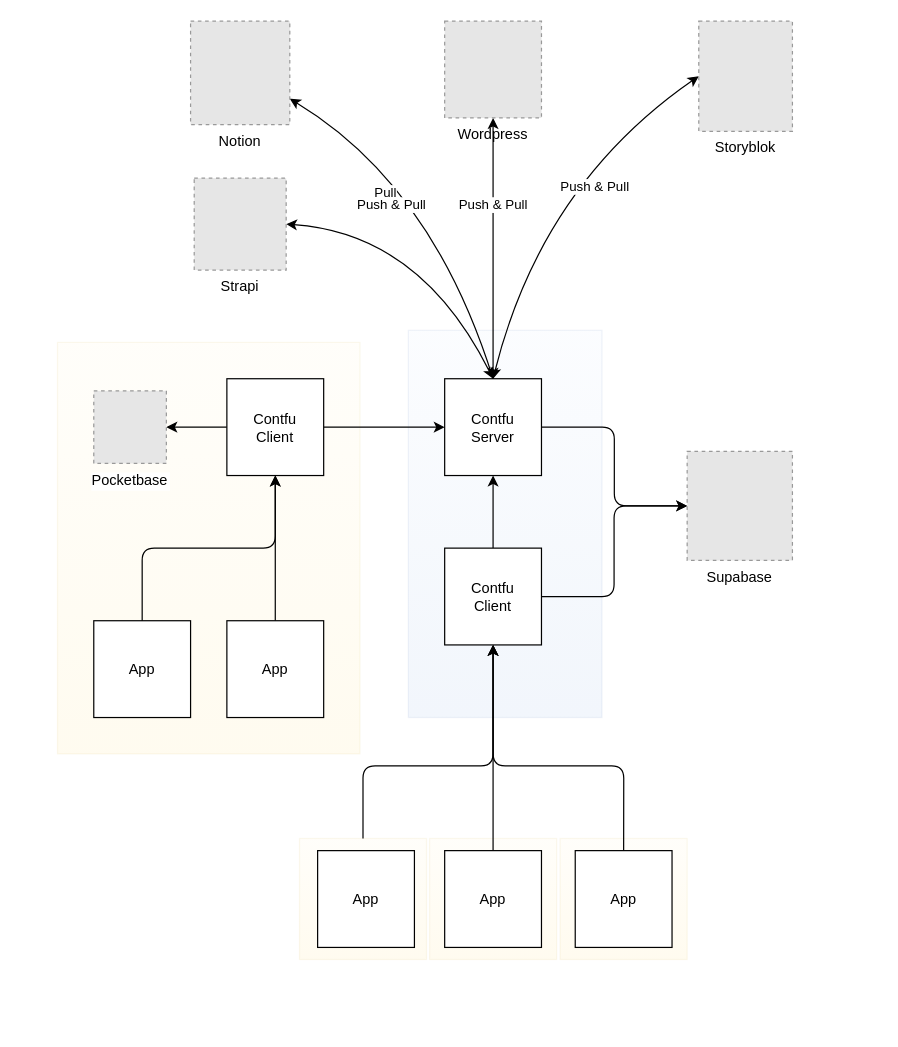
Earlier version of the draw.io diagram docs/contfu-topology.drawio (contfu/contfu). Source tidied: cells renumbered, new cells numbered last; positions are measured from the earlier drawing's top-left corner, leaving out a move shared by most shapes. Both pictures are drawn from the tidied source at 121%, with x=0, y=0 at pixel (57, 21). Pictures stored in the file or linked from it are replaced by grey dashed boxes.
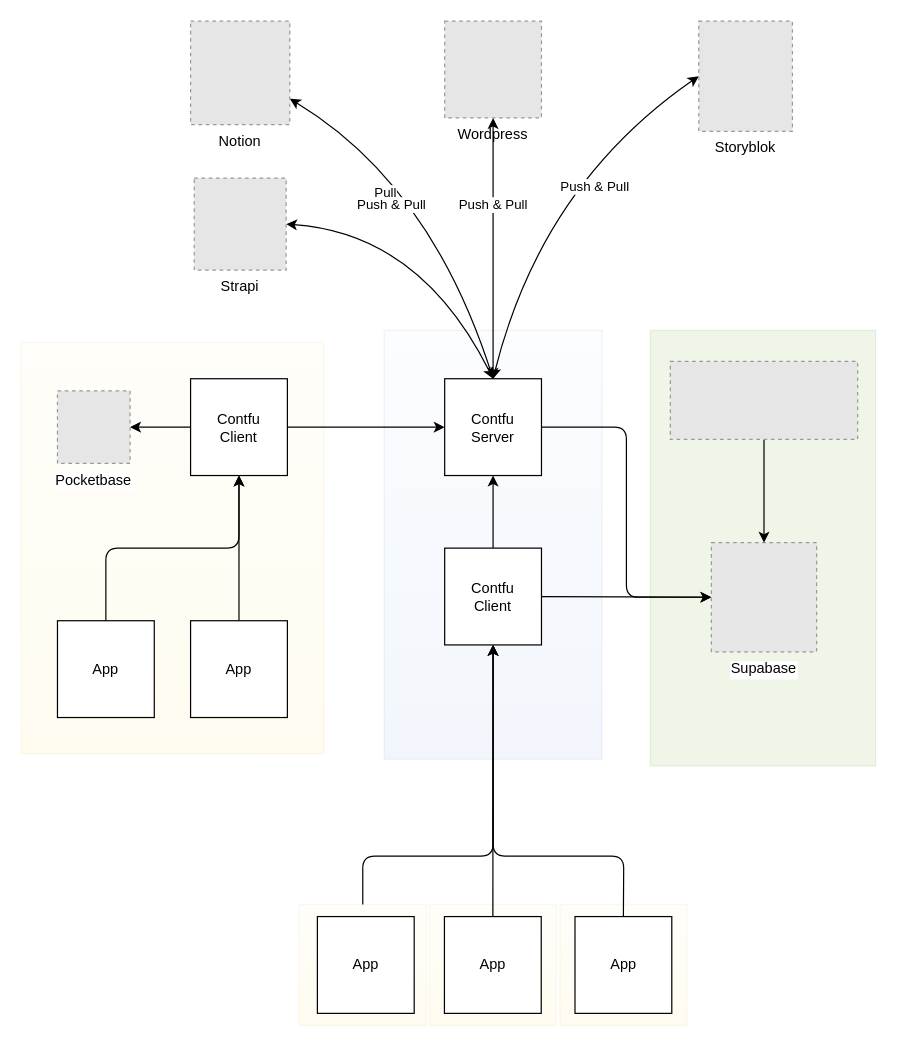
The same page after the edit.

Commit message:
Introduce stripe to docs

Unchanged cells that the change refers to:
```xml
<mxCell id="11" value="&lt;div&gt;Contfu&lt;/div&gt;Client" style="whiteSpace=wrap;html=1;" parent="1" vertex="1">
  <mxGeometry x="320" y="435.5" width="80" height="80" as="geometry" />
</mxCell>
```

What changed in the source:
```diff
@@
+    <mxCell id="35" style="rounded=0;whiteSpace=wrap;html=1;fillColor=#60a917;strokeColor=#2D7600;opacity=10;fontColor=#ffffff;" parent="1" vertex="1">
+      <mxGeometry x="490" y="255.5" width="186.1" height="360" as="geometry" />
+    </mxCell>
     <mxCell id="2" style="rounded=0;whiteSpace=wrap;html=1;fillColor=#fff2cc;gradientColor=#ffd966;strokeColor=#d6b656;opacity=10;" parent="1" vertex="1">
-      <mxGeometry x="200" y="675.5" width="105" height="100" as="geometry" />
+      <mxGeometry x="199.8" y="730" width="105" height="100" as="geometry" />
     </mxCell>
     <mxCell id="3" style="rounded=0;whiteSpace=wrap;html=1;fillColor=#fff2cc;gradientColor=#ffd966;strokeColor=#d6b656;opacity=10;" parent="1" vertex="1">
-      <mxGeometry x="307.5" y="675.5" width="105" height="100" as="geometry" />
+      <mxGeometry x="307.3" y="730" width="105" height="100" as="geometry" />
     </mxCell>
     <mxCell id="4" style="rounded=0;whiteSpace=wrap;html=1;fillColor=#fff2cc;gradientColor=#ffd966;strokeColor=#d6b656;opacity=10;" parent="1" vertex="1">
-      <mxGeometry y="265.5" width="250" height="340" as="geometry" />
+      <mxGeometry x="-30" y="265.5" width="250" height="340" as="geometry" />
     </mxCell>
     <mxCell id="5" style="rounded=0;whiteSpace=wrap;html=1;fillColor=#dae8fc;gradientColor=#7ea6e0;strokeColor=#6c8ebf;opacity=10;" parent="1" vertex="1">
-      <mxGeometry x="290" y="255.5" width="160" height="320" as="geometry" />
+      <mxGeometry x="270" y="255.5" width="180" height="354.5" as="geometry" />
     </mxCell>
@@
     <mxCell id="9" style="edgeStyle=none;html=1;entryX=0;entryY=0.5;entryDx=0;entryDy=0;exitX=1;exitY=0.5;exitDx=0;exitDy=0;rounded=1;" parent="1" edge="1" source="11" target="30">
-      <mxGeometry relative="1" as="geometry">
-        <Array as="points">
-          <mxPoint x="460" y="475.5" />
-          <mxPoint x="460" y="400.5" />
-        </Array>
-      </mxGeometry>
+      <mxGeometry relative="1" as="geometry" />
     </mxCell>
@@
     <mxCell id="12" style="edgeStyle=orthogonalEdgeStyle;rounded=1;jettySize=auto;html=1;entryX=0.5;entryY=1;entryDx=0;entryDy=0;exitX=0.5;exitY=0;exitDx=0;exitDy=0;" parent="1" edge="1" source="2" target="11">
       <mxGeometry relative="1" as="geometry">
         <Array as="points">
-          <mxPoint x="253" y="615.5" />
-          <mxPoint x="360" y="615.5" />
+          <mxPoint x="252" y="690" />
+          <mxPoint x="360" y="690" />
         </Array>
       </mxGeometry>
     </mxCell>
     <mxCell id="13" value="App" style="whiteSpace=wrap;html=1;" parent="1" vertex="1">
-      <mxGeometry x="215" y="685.5" width="80" height="80" as="geometry" />
+      <mxGeometry x="214.8" y="740" width="80" height="80" as="geometry" />
     </mxCell>
@@
     <mxCell id="15" value="App" style="whiteSpace=wrap;html=1;" parent="1" vertex="1">
-      <mxGeometry x="320" y="685.5" width="80" height="80" as="geometry" />
+      <mxGeometry x="319.8" y="740" width="80" height="80" as="geometry" />
     </mxCell>
@@
     <mxCell id="18" value="&lt;div&gt;Contfu&lt;/div&gt;Client" style="whiteSpace=wrap;html=1;" parent="1" vertex="1">
-      <mxGeometry x="140" y="295.5" width="80" height="80" as="geometry" />
+      <mxGeometry x="110" y="295.5" width="80" height="80" as="geometry" />
     </mxCell>
@@
     <mxCell id="20" value="App" style="whiteSpace=wrap;html=1;" parent="1" vertex="1">
-      <mxGeometry x="140" y="495.5" width="80" height="80" as="geometry" />
+      <mxGeometry x="110" y="495.5" width="80" height="80" as="geometry" />
     </mxCell>
@@
     <mxCell id="28" value="App" style="whiteSpace=wrap;html=1;" parent="1" vertex="1">
-      <mxGeometry x="30" y="495.5" width="80" height="80" as="geometry" />
+      <mxGeometry y="495.5" width="80" height="80" as="geometry" />
     </mxCell>
@@
     <mxCell id="30" value="Supabase" style="fillColor=#E6E6E6;strokeColor=#999999;dashed=1;verticalLabelPosition=bottom;labelBackgroundColor=default;verticalAlign=top;" parent="1" vertex="1">
-      <mxGeometry x="520.4" y="355.5" width="87" height="90.2" as="geometry" />
+      <mxGeometry x="540.4" y="431" width="87" height="90.2" as="geometry" />
     </mxCell>
     <mxCell id="31" value="Pocketbase" style="fillColor=#E6E6E6;strokeColor=#999999;dashed=1;verticalLabelPosition=bottom;labelBackgroundColor=default;verticalAlign=top;" parent="1" vertex="1">
-      <mxGeometry x="30" y="305.5" width="60" height="60" as="geometry" />
+      <mxGeometry y="305.5" width="60" height="60" as="geometry" />
     </mxCell>
     <mxCell id="32" style="rounded=0;whiteSpace=wrap;html=1;fillColor=#fff2cc;gradientColor=#ffd966;strokeColor=#d6b656;opacity=10;" parent="1" vertex="1">
-      <mxGeometry x="415.4" y="675.5" width="105" height="100" as="geometry" />
+      <mxGeometry x="415.2" y="730" width="105" height="100" as="geometry" />
     </mxCell>
     <mxCell id="33" style="edgeStyle=none;rounded=1;html=1;exitX=0.5;exitY=0;exitDx=0;exitDy=0;entryX=0.5;entryY=1;entryDx=0;entryDy=0;" parent="1" edge="1" source="34" target="11">
       <mxGeometry relative="1" as="geometry">
         <Array as="points">
-          <mxPoint x="468" y="615.5" />
-          <mxPoint x="360" y="615.5" />
+          <mxPoint x="468" y="690" />
+          <mxPoint x="360" y="690" />
         </Array>
       </mxGeometry>
     </mxCell>
     <mxCell id="34" value="App" style="whiteSpace=wrap;html=1;" parent="1" vertex="1">
-      <mxGeometry x="427.9" y="685.5" width="80" height="80" as="geometry" />
+      <mxGeometry x="427.7" y="740" width="80" height="80" as="geometry" />
     </mxCell>
+    <mxCell id="36" style="edgeStyle=none;html=1;entryX=0.5;entryY=0;entryDx=0;entryDy=0;" parent="1" edge="1" source="37" target="30">
+      <mxGeometry relative="1" as="geometry" />
+    </mxCell>
+    <mxCell id="37" style="fillColor=#E6E6E6;strokeColor=#999999;dashed=1;verticalLabelPosition=bottom;labelBackgroundColor=default;verticalAlign=top;" parent="1" vertex="1">
+      <mxGeometry x="506.5" y="281.2" width="154.8" height="64.5" as="geometry" />
+    </mxCell>
```
